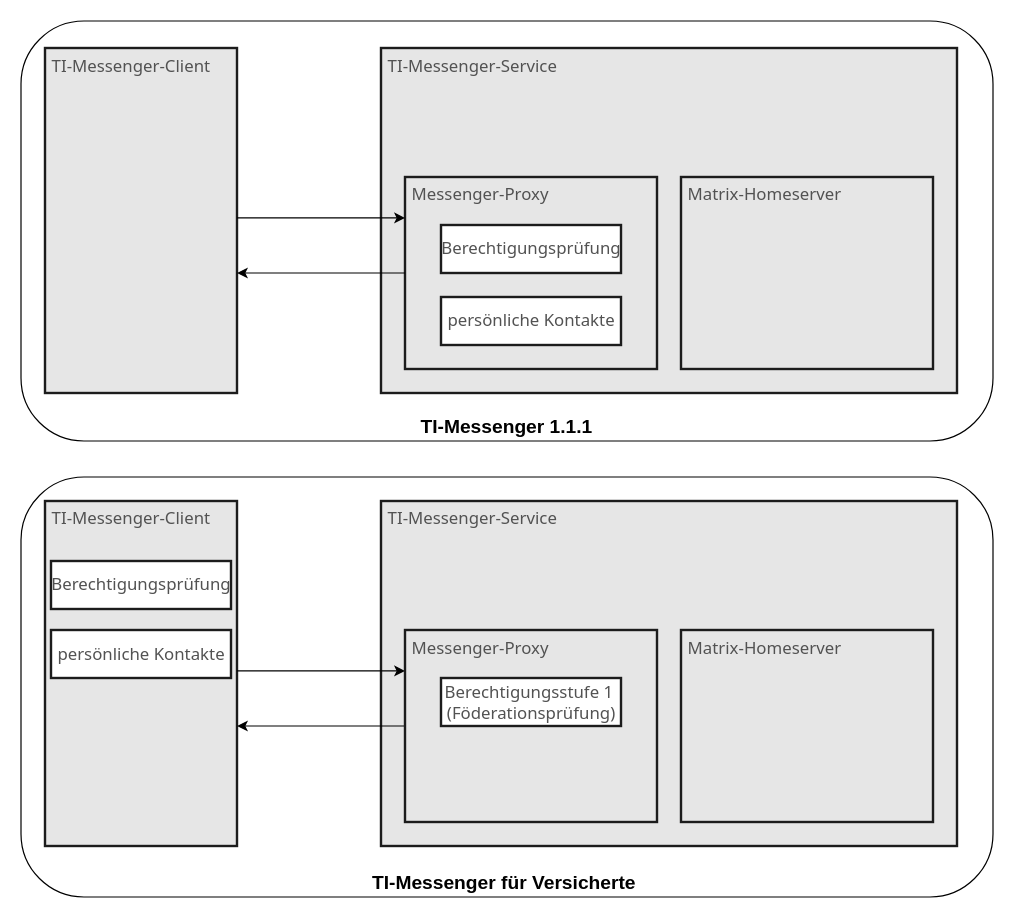
This is src/drawio/TI-Messenger-Fachdienst/Berechtigung_im_Proxy_epa.drawio from gematik/api-ti-messenger, a draw.io file, before an edit. Source tidied: cells renumbered, new cells numbered last; positions are measured from the earlier drawing's top-left corner, leaving out a move shared by most shapes. Both pictures are drawn from the tidied source at 120%, with x=0, y=0 at pixel (20, 20).
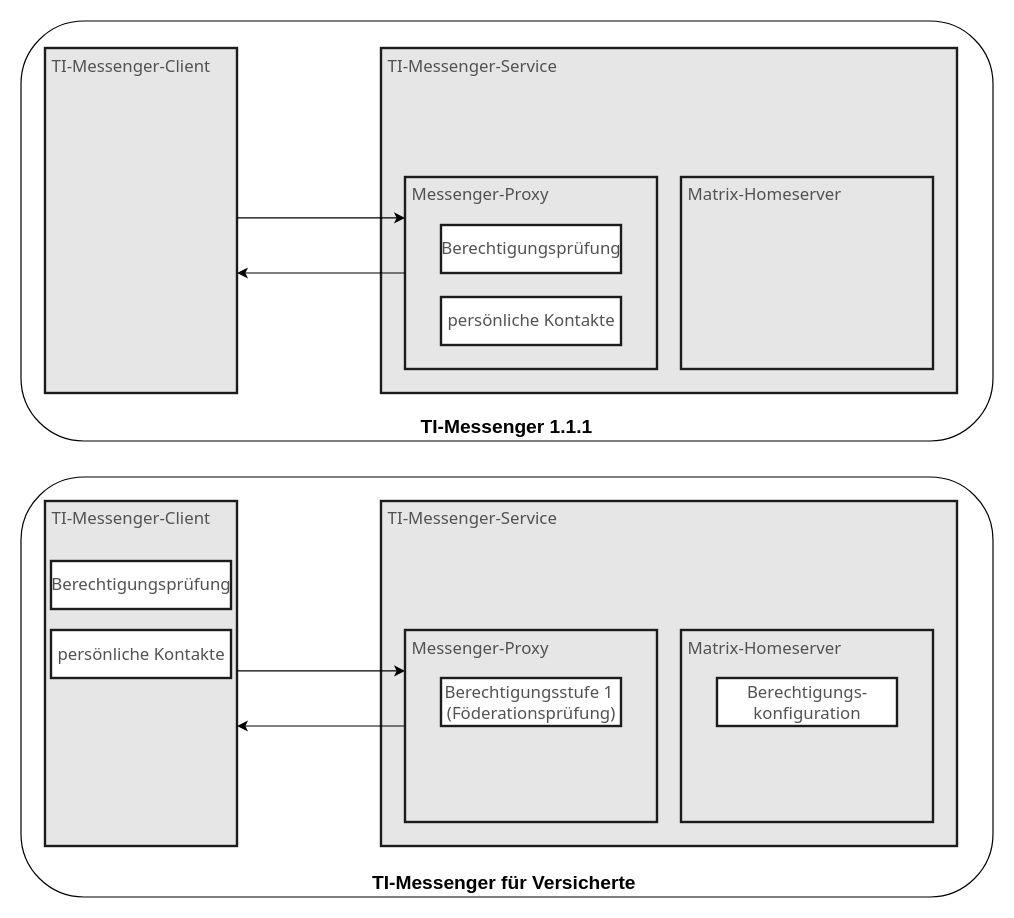
The same page after the edit.

Commit message:
added configuration to Homeserver

Diff of the diagram source:
```diff
@@
+    <mxCell id="22" value="Berechtigungs-&lt;br&gt;konfiguration" style="html=1;strokeColor=#1C1C1C;fillColor=#ffffff;fontFamily=Tahoma;fontSize=14;fontColor=#525252;align=center;strokeWidth=2;" parent="1" vertex="1">
+      <mxGeometry x="580" y="547.5" width="150" height="40" as="geometry" />
+    </mxCell>
```
